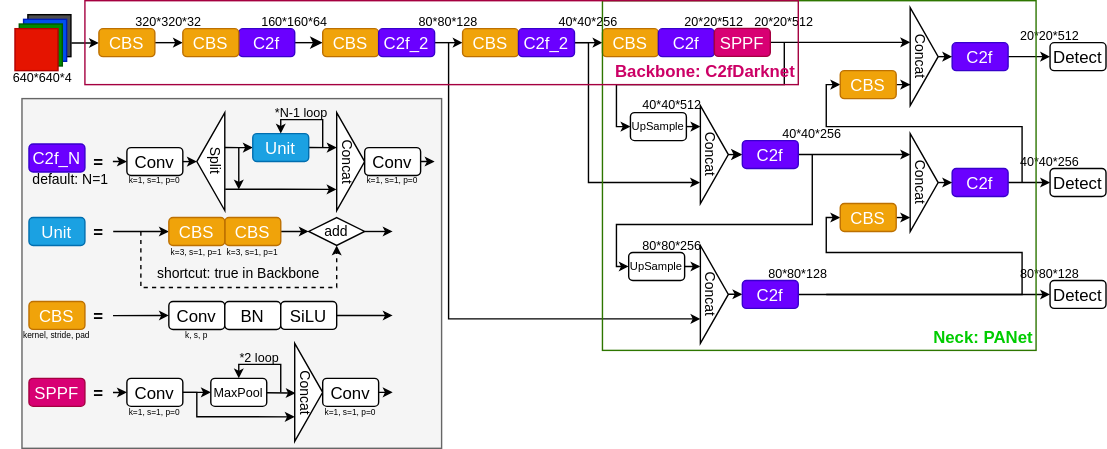
This is ultralytics/cfg/models/diagram/yolov8s.drawio.svg from ri0098hp/YOLOv8-4ch, a draw.io export, as it was before one commit. Source tidied: cells renumbered, new cells last; positions are measured from the earlier drawing's top-left corner, leaving out a move shared by most shapes.
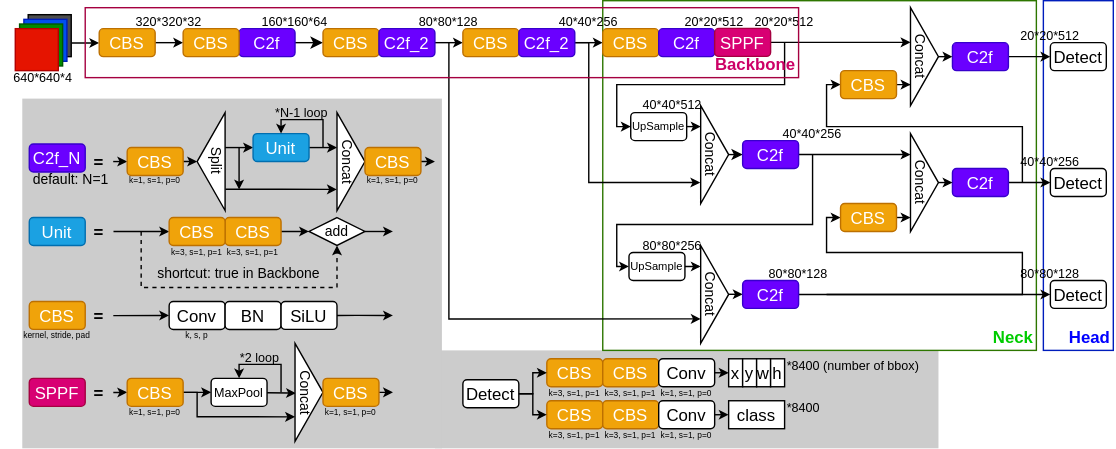
After the change.

Commit message:
v20240623 - fix model diagram

What changed in the source:
```diff
@@ -2,6 +2,15 @@
   <root>
     <mxCell id="0" />
     <mxCell id="1" parent="0" />
+    <mxCell id="143" style="group;noLabel=1;fillColor=#CCCCCC;strokeColor=none;fontColor=#333333;gradientColor=none;" parent="1" vertex="1">
+      <mxGeometry x="310" y="250" width="360" height="70" as="geometry" />
+    </mxCell>
+    <mxCell id="144" value="Head" style="rounded=0;fillColor=none;fontColor=#0000FF;strokeColor=#001DBC;verticalAlign=bottom;fontStyle=1;align=right;" parent="1" vertex="1">
+      <mxGeometry x="745" width="50" height="250" as="geometry" />
+    </mxCell>
+    <mxCell id="78" value="Neck" style="rounded=0;fillColor=none;fontColor=#00CC00;strokeColor=#2D7600;verticalAlign=bottom;fontStyle=1;align=right;" parent="1" vertex="1">
+      <mxGeometry x="430" width="310" height="250" as="geometry" />
+    </mxCell>
     <mxCell id="2" value="20*20*512" style="rounded=0;fontSize=9;strokeColor=none;fillColor=none;fontColor=default;labelBackgroundColor=none;" parent="1" vertex="1">
       <mxGeometry x="730" y="20" width="40" height="10" as="geometry" />
     </mxCell>
@@ -294,10 +303,7 @@
         </Array>
       </mxGeometry>
     </mxCell>
-    <mxCell id="78" value="Neck: PANet" style="rounded=0;fillColor=none;fontColor=#00CC00;strokeColor=#2D7600;verticalAlign=bottom;fontStyle=1;align=right;" parent="1" vertex="1">
-      <mxGeometry x="430" width="310" height="250" as="geometry" />
-    </mxCell>
-    <mxCell id="79" style="group;noLabel=1;fillColor=#f5f5f5;strokeColor=#666666;fontColor=#333333;" parent="1" vertex="1">
+    <mxCell id="79" style="group;noLabel=1;fillColor=#CCCCCC;strokeColor=none;fontColor=#333333;gradientColor=none;" parent="1" vertex="1">
       <mxGeometry x="15" y="70" width="300" height="250" as="geometry" />
     </mxCell>
     <mxCell id="80" value="Unit" style="rounded=1;fontSize=12;fillColor=#1ba1e2;fontColor=#ffffff;strokeColor=#006EAF;" parent="1" vertex="1">
@@ -306,8 +312,10 @@
     <mxCell id="81" value="=" style="text;align=center;verticalAlign=middle;points=[];strokeColor=none;fillColor=none;fontSize=12;fontStyle=1;" parent="1" vertex="1">
       <mxGeometry x="60" y="155" width="20" height="20" as="geometry" />
     </mxCell>
-    <mxCell id="82" style="edgeStyle=none;fontSize=9;startSize=4;endSize=4;entryX=0;entryY=0.5;entryDx=0;entryDy=0;exitX=1.011;exitY=0.501;exitDx=0;exitDy=0;exitPerimeter=0;" parent="1" edge="1" source="81" target="96">
-      <mxGeometry relative="1" as="geometry" />
+    <mxCell id="82" style="edgeStyle=none;fontSize=9;startSize=4;endSize=4;entryX=0;entryY=0.5;entryDx=0;entryDy=0;exitX=1.011;exitY=0.501;exitDx=0;exitDy=0;exitPerimeter=0;" parent="1" edge="1" source="81">
+      <mxGeometry relative="1" as="geometry">
+        <mxPoint x="120" y="165" as="targetPoint" />
+      </mxGeometry>
     </mxCell>
     <mxCell id="83" style="edgeStyle=none;endSize=4;targetPerimeterSpacing=0;startSize=4;" parent="1" edge="1" source="84">
       <mxGeometry relative="1" as="geometry">
@@ -361,9 +369,6 @@
     <mxCell id="95" value="CBS" style="rounded=1;fillColor=#f0a30a;fontColor=#FFFFFF;strokeColor=#BD7000;" parent="1" vertex="1">
       <mxGeometry x="160" y="155" width="40" height="20" as="geometry" />
     </mxCell>
-    <mxCell id="96" value="CBS" style="rounded=1;fillColor=#f0a30a;fontColor=#FFFFFF;strokeColor=#BD7000;" parent="1" vertex="1">
-      <mxGeometry x="120" y="155" width="40" height="20" as="geometry" />
-    </mxCell>
     <mxCell id="97" value="shortcut: true in Backbone" style="text;strokeColor=none;fillColor=none;align=center;verticalAlign=middle;rounded=0;fontSize=10;" parent="1" vertex="1">
       <mxGeometry x="100" y="185" width="140" height="20" as="geometry" />
     </mxCell>
@@ -373,12 +378,9 @@
     <mxCell id="99" value="=" style="text;align=center;verticalAlign=middle;strokeColor=none;fillColor=none;fontSize=12;fontStyle=1;" parent="1" vertex="1">
       <mxGeometry x="60" y="105" width="20" height="20" as="geometry" />
     </mxCell>
-    <mxCell id="100" style="edgeStyle=orthogonalEdgeStyle;rounded=0;entryX=0;entryY=0.5;entryDx=0;entryDy=0;fontSize=12;startSize=4;endSize=4;" parent="1" edge="1" target="124">
+    <mxCell id="100" style="edgeStyle=orthogonalEdgeStyle;rounded=0;entryX=0;entryY=0.5;entryDx=0;entryDy=0;fontSize=12;startSize=4;endSize=4;" parent="1" edge="1" target="145">
       <mxGeometry relative="1" as="geometry">
         <mxPoint x="80" y="115" as="sourcePoint" />
-        <Array as="points">
-          <mxPoint x="80" y="115" />
-        </Array>
       </mxGeometry>
     </mxCell>
     <mxCell id="101" value="default: N=1" style="text;strokeColor=none;fillColor=none;align=center;verticalAlign=middle;rounded=0;fontSize=10;" parent="1" vertex="1">
@@ -390,20 +392,20 @@
     <mxCell id="103" value="=" style="text;align=center;verticalAlign=middle;strokeColor=none;fillColor=none;fontSize=12;fontStyle=1;" parent="1" vertex="1">
       <mxGeometry x="60" y="270" width="20" height="20" as="geometry" />
     </mxCell>
-    <mxCell id="104" style="edgeStyle=none;html=1;entryX=0;entryY=0.5;entryDx=0;entryDy=0;fontSize=9;fontColor=default;endSize=4;startSize=4;" parent="1" edge="1" source="105" target="107">
-      <mxGeometry relative="1" as="geometry" />
+    <mxCell id="104" style="edgeStyle=none;html=1;entryX=0;entryY=0.5;entryDx=0;entryDy=0;fontSize=9;fontColor=default;endSize=4;startSize=4;" parent="1" edge="1" target="107">
+      <mxGeometry relative="1" as="geometry">
+        <mxPoint x="130" y="280" as="sourcePoint" />
+      </mxGeometry>
     </mxCell>
-    <mxCell id="105" value="Conv" style="rounded=1;" parent="1" vertex="1">
-      <mxGeometry x="90" y="270" width="40" height="20" as="geometry" />
-    </mxCell>
     <mxCell id="106" style="edgeStyle=none;html=1;entryX=0.5;entryY=1;entryDx=0;entryDy=0;fontSize=12;fontColor=default;endSize=4;startSize=4;" parent="1" edge="1" source="107" target="112">
       <mxGeometry relative="1" as="geometry" />
     </mxCell>
     <mxCell id="107" value="MaxPool" style="rounded=1;fontSize=9;" parent="1" vertex="1">
       <mxGeometry x="150" y="270" width="40" height="20" as="geometry" />
     </mxCell>
-    <mxCell id="108" style="edgeStyle=orthogonalEdgeStyle;rounded=0;fontSize=9;startSize=4;endSize=4;exitX=1;exitY=0.5;exitDx=0;exitDy=0;" parent="1" edge="1" source="116">
+    <mxCell id="108" style="edgeStyle=orthogonalEdgeStyle;rounded=0;fontSize=9;startSize=4;endSize=4;exitX=1;exitY=0.5;exitDx=0;exitDy=0;" parent="1" edge="1">
       <mxGeometry relative="1" as="geometry">
+        <mxPoint x="270" y="280" as="sourcePoint" />
         <mxPoint x="280" y="280" as="targetPoint" />
         <Array as="points">
           <mxPoint x="280" y="280" />
@@ -411,9 +413,10 @@
         </Array>
       </mxGeometry>
     </mxCell>
-    <mxCell id="109" style="edgeStyle=none;fontSize=9;endSize=4;startSize=5;entryX=0;entryY=0.5;entryDx=0;entryDy=0;exitX=1.004;exitY=0.507;exitDx=0;exitDy=0;exitPerimeter=0;" parent="1" edge="1" target="105">
+    <mxCell id="109" style="edgeStyle=none;fontSize=9;endSize=4;startSize=5;entryX=0;entryY=0.5;entryDx=0;entryDy=0;exitX=1.004;exitY=0.507;exitDx=0;exitDy=0;exitPerimeter=0;" parent="1" edge="1">
       <mxGeometry relative="1" as="geometry">
         <mxPoint x="80.1" y="280.1" as="sourcePoint" />
+        <mxPoint x="90" y="280" as="targetPoint" />
       </mxGeometry>
     </mxCell>
     <mxCell id="110" style="group;rotation=0;" parent="1" vertex="1">
@@ -425,8 +428,9 @@
     <mxCell id="112" value="Concat" style="text;fontSize=10;align=center;verticalAlign=middle;rotation=90;fontColor=default;labelBackgroundColor=none;" parent="110" vertex="1">
       <mxGeometry x="-15" y="29" width="44.4" height="13.1" as="geometry" />
     </mxCell>
-    <mxCell id="113" style="edgeStyle=orthogonalEdgeStyle;rounded=0;fontSize=12;startSize=4;endSize=4;entryX=0;entryY=0.75;entryDx=0;entryDy=0;exitX=1;exitY=0.5;exitDx=0;exitDy=0;" parent="1" edge="1" source="105" target="111">
+    <mxCell id="113" style="edgeStyle=orthogonalEdgeStyle;rounded=0;fontSize=12;startSize=4;endSize=4;entryX=0;entryY=0.75;entryDx=0;entryDy=0;exitX=1;exitY=0.5;exitDx=0;exitDy=0;" parent="1" edge="1" target="111">
       <mxGeometry relative="1" as="geometry">
+        <mxPoint x="130" y="280" as="sourcePoint" />
         <Array as="points">
           <mxPoint x="140" y="280" />
           <mxPoint x="140" y="298" />
@@ -445,9 +449,6 @@
         </Array>
       </mxGeometry>
     </mxCell>
-    <mxCell id="116" value="Conv" style="rounded=1;" parent="1" vertex="1">
-      <mxGeometry x="230" y="270" width="40" height="20" as="geometry" />
-    </mxCell>
     <mxCell id="117" value="k, s, p" style="text;strokeColor=none;fillColor=none;align=center;verticalAlign=middle;rounded=0;fontSize=6;" parent="1" vertex="1">
       <mxGeometry x="120" y="235" width="40" height="10" as="geometry" />
     </mxCell>
@@ -466,13 +467,9 @@
         </Array>
       </mxGeometry>
     </mxCell>
-    <mxCell id="121" style="edgeStyle=orthogonalEdgeStyle;rounded=0;entryX=0;entryY=0.5;entryDx=0;entryDy=0;fontSize=12;startSize=4;endSize=4;" parent="1" edge="1">
+    <mxCell id="121" style="edgeStyle=orthogonalEdgeStyle;rounded=0;entryX=0;entryY=0.5;entryDx=0;entryDy=0;fontSize=12;startSize=4;endSize=4;exitX=1;exitY=0.5;exitDx=0;exitDy=0;" parent="1" edge="1" source="146">
       <mxGeometry relative="1" as="geometry">
-        <mxPoint x="300" y="115" as="sourcePoint" />
         <mxPoint x="310" y="115" as="targetPoint" />
-        <Array as="points">
-          <mxPoint x="300" y="115" />
-        </Array>
       </mxGeometry>
     </mxCell>
     <mxCell id="122" value="k=1, s=1, p=0" style="text;strokeColor=none;fillColor=none;align=center;verticalAlign=middle;rounded=0;fontSize=6;" parent="1" vertex="1">
@@ -481,9 +478,6 @@
     <mxCell id="123" value="*N-1 loop" style="rounded=0;fontSize=9;strokeColor=none;fillColor=none;fontColor=default;labelBackgroundColor=none;" parent="1" vertex="1">
       <mxGeometry x="200" y="75" width="30" height="10" as="geometry" />
     </mxCell>
-    <mxCell id="124" value="Conv" style="rounded=1;" parent="1" vertex="1">
-      <mxGeometry x="90" y="105" width="40" height="20" as="geometry" />
-    </mxCell>
     <mxCell id="125" style="group;rotation=-180;" parent="1" vertex="1">
       <mxGeometry x="140" y="80" width="20" height="70" as="geometry" />
     </mxCell>
@@ -493,13 +487,8 @@
     <mxCell id="127" value="Split" style="text;fontSize=10;align=center;verticalAlign=middle;rotation=90;fontColor=default;labelBackgroundColor=none;" parent="125" vertex="1">
       <mxGeometry x="-9" y="28" width="44.4" height="13.1" as="geometry" />
     </mxCell>
-    <mxCell id="128" style="edgeStyle=orthogonalEdgeStyle;rounded=0;entryX=1;entryY=0.5;entryDx=0;entryDy=0;fontSize=12;startSize=4;endSize=4;" parent="1" edge="1" source="124" target="126">
-      <mxGeometry relative="1" as="geometry">
-        <Array as="points">
-          <mxPoint x="140" y="115" />
-          <mxPoint x="140" y="115" />
-        </Array>
-      </mxGeometry>
+    <mxCell id="128" style="edgeStyle=orthogonalEdgeStyle;rounded=0;entryX=1;entryY=0.5;entryDx=0;entryDy=0;fontSize=12;startSize=4;endSize=4;exitX=1;exitY=0.5;exitDx=0;exitDy=0;" parent="1" edge="1" source="145" target="126">
+      <mxGeometry relative="1" as="geometry" />
     </mxCell>
     <mxCell id="129" style="edgeStyle=orthogonalEdgeStyle;rounded=0;fontSize=12;startSize=4;endSize=4;exitX=0.955;exitY=-0.041;exitDx=0;exitDy=0;exitPerimeter=0;entryX=-0.006;entryY=0.784;entryDx=0;entryDy=0;entryPerimeter=0;" parent="1" edge="1" source="127" target="131">
       <mxGeometry relative="1" as="geometry">
@@ -550,9 +539,6 @@
     <mxCell id="137" value="k=1, s=1, p=0" style="text;strokeColor=none;fillColor=none;align=center;verticalAlign=middle;rounded=0;fontSize=6;" parent="1" vertex="1">
       <mxGeometry x="260" y="123.8" width="40" height="10" as="geometry" />
     </mxCell>
-    <mxCell id="138" value="Conv" style="rounded=1;" parent="1" vertex="1">
-      <mxGeometry x="260" y="105" width="40" height="20" as="geometry" />
-    </mxCell>
     <mxCell id="139" value="k=1, s=1, p=0" style="text;strokeColor=none;fillColor=none;align=center;verticalAlign=middle;rounded=0;fontSize=6;" parent="1" vertex="1">
       <mxGeometry x="230" y="290" width="40" height="10" as="geometry" />
     </mxCell>
@@ -562,8 +548,106 @@
     <mxCell id="141" value="k=3, s=1, p=1" style="text;strokeColor=none;fillColor=none;align=center;verticalAlign=middle;rounded=0;fontSize=6;" parent="1" vertex="1">
       <mxGeometry x="120" y="175" width="40" height="10" as="geometry" />
     </mxCell>
-    <mxCell id="142" value="Backbone: C2fDarknet" style="rounded=0;fillColor=none;fontColor=#CC0066;strokeColor=#A50040;verticalAlign=bottom;fontStyle=1;align=right;" parent="1" vertex="1">
-      <mxGeometry x="60" width="510" height="60" as="geometry" />
+    <mxCell id="142" value="Backbone" style="rounded=0;fillColor=none;fontColor=#CC0066;strokeColor=#A50040;verticalAlign=bottom;fontStyle=1;align=right;" parent="1" vertex="1">
+      <mxGeometry x="60" y="5" width="510" height="50" as="geometry" />
     </mxCell>
+    <mxCell id="96" value="CBS" style="rounded=1;fillColor=#f0a30a;fontColor=#FFFFFF;strokeColor=#BD7000;" parent="1" vertex="1">
+      <mxGeometry x="120" y="155" width="40" height="20" as="geometry" />
+    </mxCell>
+    <mxCell id="145" value="CBS" style="rounded=1;fillColor=#f0a30a;fontColor=#FFFFFF;strokeColor=#BD7000;" parent="1" vertex="1">
+      <mxGeometry x="90" y="105" width="40" height="20" as="geometry" />
+    </mxCell>
+    <mxCell id="146" value="CBS" style="rounded=1;fillColor=#f0a30a;fontColor=#FFFFFF;strokeColor=#BD7000;" parent="1" vertex="1">
+      <mxGeometry x="260" y="105" width="40" height="20" as="geometry" />
+    </mxCell>
+    <mxCell id="147" value="CBS" style="rounded=1;fillColor=#f0a30a;fontColor=#FFFFFF;strokeColor=#BD7000;" parent="1" vertex="1">
+      <mxGeometry x="90" y="270" width="40" height="20" as="geometry" />
+    </mxCell>
+    <mxCell id="148" value="CBS" style="rounded=1;fillColor=#f0a30a;fontColor=#FFFFFF;strokeColor=#BD7000;" parent="1" vertex="1">
+      <mxGeometry x="230" y="270" width="40" height="20" as="geometry" />
+    </mxCell>
+    <mxCell id="149" style="group;" parent="1" vertex="1">
+      <mxGeometry x="330" y="256" width="330" height="60" as="geometry" />
+    </mxCell>
+    <mxCell id="150" value="Detect" style="rounded=1;rotation=0;" parent="149" vertex="1">
+      <mxGeometry y="15" width="40" height="20" as="geometry" />
+    </mxCell>
+    <mxCell id="151" value="CBS" style="rounded=1;fillColor=#f0a30a;fontColor=#FFFFFF;strokeColor=#BD7000;" parent="149" vertex="1">
+      <mxGeometry x="60" width="40" height="20" as="geometry" />
+    </mxCell>
+    <mxCell id="152" style="edgeStyle=orthogonalEdgeStyle;html=1;entryX=0;entryY=0.5;entryDx=0;entryDy=0;jumpSize=6;endSize=4;startSize=4;startArrow=none;startFill=0;rounded=0;" parent="149" edge="1" source="150" target="151">
+      <mxGeometry relative="1" as="geometry" />
+    </mxCell>
+    <mxCell id="153" value="k=3, s=1, p=1" style="text;strokeColor=none;fillColor=none;align=center;verticalAlign=middle;rounded=0;fontSize=6;" parent="149" vertex="1">
+      <mxGeometry x="60" y="20" width="40" height="10" as="geometry" />
+    </mxCell>
+    <mxCell id="154" value="CBS" style="rounded=1;fillColor=#f0a30a;fontColor=#FFFFFF;strokeColor=#BD7000;" parent="149" vertex="1">
+      <mxGeometry x="60" y="30" width="40" height="20" as="geometry" />
+    </mxCell>
+    <mxCell id="155" style="edgeStyle=orthogonalEdgeStyle;rounded=0;jumpSize=6;html=1;exitX=1;exitY=0.5;exitDx=0;exitDy=0;entryX=0;entryY=0.5;entryDx=0;entryDy=0;startArrow=none;startFill=0;startSize=4;endSize=4;" parent="149" edge="1" source="150" target="154">
+      <mxGeometry relative="1" as="geometry" />
+    </mxCell>
+    <mxCell id="156" value="k=3, s=1, p=1" style="text;strokeColor=none;fillColor=none;align=center;verticalAlign=middle;rounded=0;fontSize=6;" parent="149" vertex="1">
+      <mxGeometry x="60" y="50" width="40" height="10" as="geometry" />
+    </mxCell>
+    <mxCell id="157" value="CBS" style="rounded=1;fillColor=#f0a30a;fontColor=#FFFFFF;strokeColor=#BD7000;" parent="149" vertex="1">
+      <mxGeometry x="100" width="40" height="20" as="geometry" />
+    </mxCell>
+    <mxCell id="158" value="k=3, s=1, p=1" style="text;strokeColor=none;fillColor=none;align=center;verticalAlign=middle;rounded=0;fontSize=6;" parent="149" vertex="1">
+      <mxGeometry x="100" y="20" width="40" height="10" as="geometry" />
+    </mxCell>
+    <mxCell id="159" value="CBS" style="rounded=1;fillColor=#f0a30a;fontColor=#FFFFFF;strokeColor=#BD7000;" parent="149" vertex="1">
+      <mxGeometry x="100" y="30" width="40" height="20" as="geometry" />
+    </mxCell>
+    <mxCell id="160" style="edgeStyle=orthogonalEdgeStyle;rounded=0;jumpSize=6;html=1;exitX=1;exitY=0.5;exitDx=0;exitDy=0;startArrow=none;startFill=0;startSize=4;endSize=4;" parent="149" edge="1" source="161">
+      <mxGeometry relative="1" as="geometry">
+        <mxPoint x="190" y="10" as="targetPoint" />
+      </mxGeometry>
+    </mxCell>
+    <mxCell id="161" value="Conv" style="rounded=1;" parent="149" vertex="1">
+      <mxGeometry x="140" width="40" height="20" as="geometry" />
+    </mxCell>
+    <mxCell id="162" style="edgeStyle=orthogonalEdgeStyle;rounded=0;jumpSize=6;html=1;startArrow=none;startFill=0;startSize=4;endSize=4;" parent="149" edge="1" source="163">
+      <mxGeometry relative="1" as="geometry">
+        <mxPoint x="190" y="40" as="targetPoint" />
+        <Array as="points">
+          <mxPoint x="190" y="40" />
+          <mxPoint x="190" y="40" />
+        </Array>
+      </mxGeometry>
+    </mxCell>
+    <mxCell id="163" value="Conv" style="rounded=1;" parent="149" vertex="1">
+      <mxGeometry x="140" y="30" width="40" height="20" as="geometry" />
+    </mxCell>
+    <mxCell id="164" value="k=3, s=1, p=1" style="text;strokeColor=none;fillColor=none;align=center;verticalAlign=middle;rounded=0;fontSize=6;" parent="149" vertex="1">
+      <mxGeometry x="100" y="50" width="40" height="10" as="geometry" />
+    </mxCell>
+    <mxCell id="165" value="k=1, s=1, p=0" style="text;strokeColor=none;fillColor=none;align=center;verticalAlign=middle;rounded=0;fontSize=6;" parent="149" vertex="1">
+      <mxGeometry x="140" y="20" width="40" height="10" as="geometry" />
+    </mxCell>
+    <mxCell id="166" value="k=1, s=1, p=0" style="text;strokeColor=none;fillColor=none;align=center;verticalAlign=middle;rounded=0;fontSize=6;" parent="149" vertex="1">
+      <mxGeometry x="140" y="50" width="40" height="10" as="geometry" />
+    </mxCell>
+    <mxCell id="167" value="x" style="fillColor=default;spacing=0;" parent="149" vertex="1">
+      <mxGeometry x="190" width="10" height="20" as="geometry" />
+    </mxCell>
+    <mxCell id="168" value="y" style="fillColor=default;spacing=0;" parent="149" vertex="1">
+      <mxGeometry x="200" width="10" height="20" as="geometry" />
+    </mxCell>
+    <mxCell id="169" value="w" style="fillColor=default;spacing=0;" parent="149" vertex="1">
+      <mxGeometry x="210" width="10" height="20" as="geometry" />
+    </mxCell>
+    <mxCell id="170" value="h" style="fillColor=default;spacing=0;" parent="149" vertex="1">
+      <mxGeometry x="220" width="10" height="20" as="geometry" />
+    </mxCell>
+    <mxCell id="171" value="class" style="fillColor=default;spacing=0;" parent="149" vertex="1">
+      <mxGeometry x="190" y="30" width="40" height="20" as="geometry" />
+    </mxCell>
+    <mxCell id="172" value="*8400 (number of bbox)" style="text;strokeColor=none;fillColor=none;align=left;verticalAlign=middle;rounded=0;fontSize=9;" parent="149" vertex="1">
+      <mxGeometry x="230" width="100" height="10" as="geometry" />
+    </mxCell>
+    <mxCell id="173" value="*8400" style="text;strokeColor=none;fillColor=none;align=left;verticalAlign=middle;rounded=0;fontSize=9;" parent="149" vertex="1">
+      <mxGeometry x="230" y="30" width="20" height="10" as="geometry" />
+    </mxCell>
   </root>
 </mxGraphModel>
```
